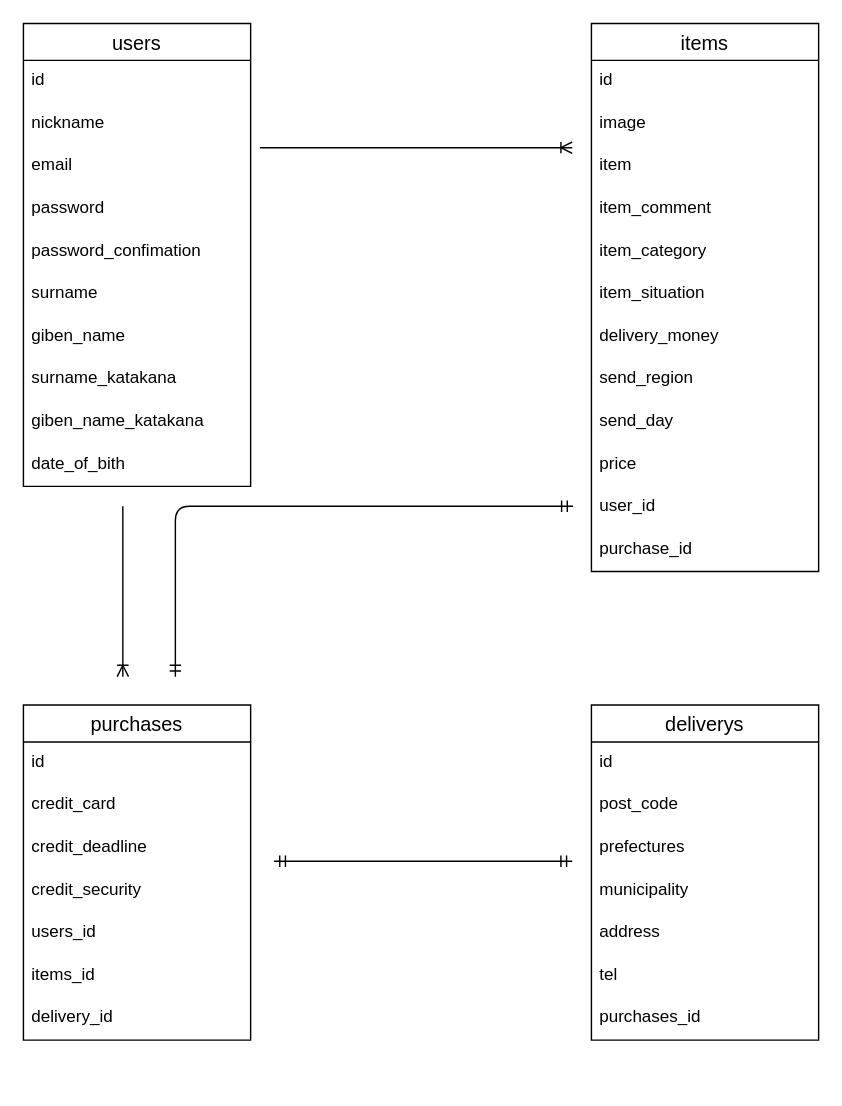
Above: test.dio in takuma0507/furima-39327 (draw.io), before the change. Source tidied: cells renumbered, new cells numbered last; positions are measured from the earlier drawing's top-left corner, leaving out a move shared by most shapes. Both pictures are drawn from the tidied source at 142%, with x=0, y=0 at pixel (23, 23).
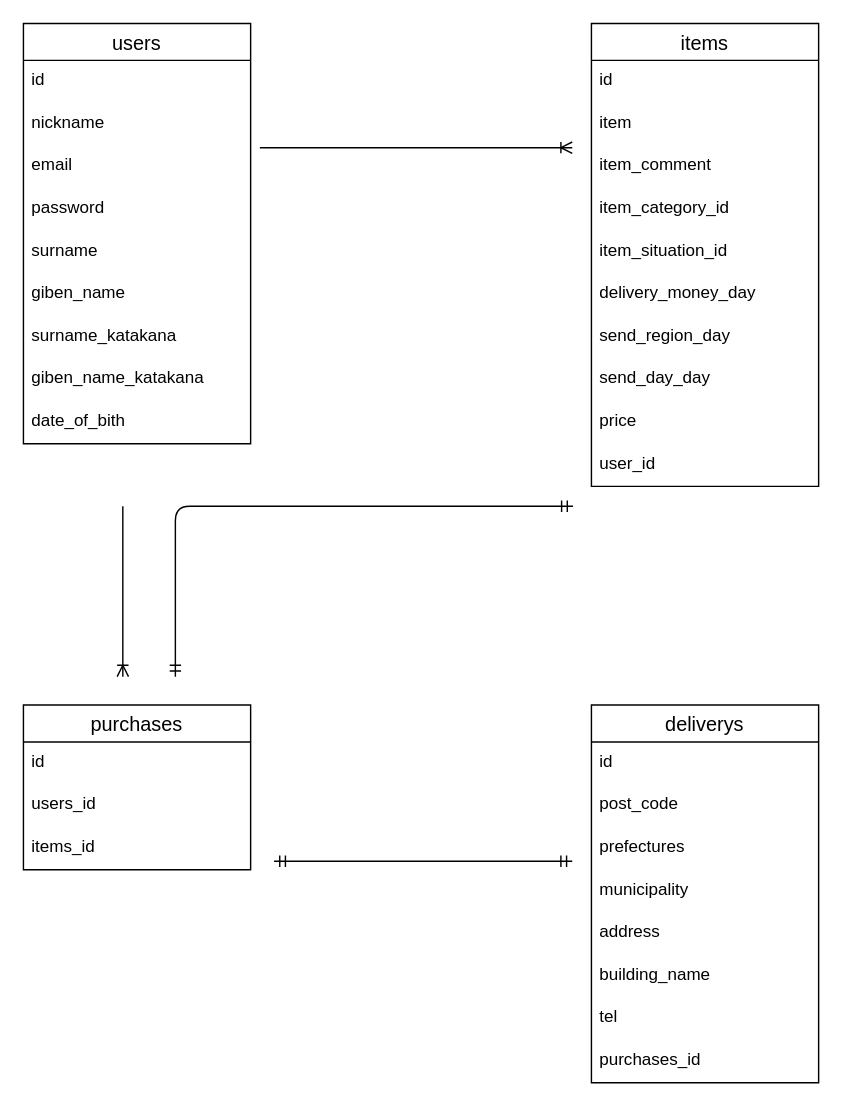
The same page after the edit.

The edit, as a diff of the source:
```diff
@@
     <mxCell id="3" value="users" style="swimlane;fontStyle=0;horizontal=1;startSize=26;align=center;fontSize=14;" parent="1" vertex="1">
-      <mxGeometry width="160" height="326" as="geometry" />
+      <mxGeometry width="160" height="296" as="geometry" />
     </mxCell>
@@
-    <mxCell id="8" value="password_confimation" style="text;strokeColor=none;fillColor=none;spacingLeft=4;spacingRight=4;overflow=hidden;fontSize=12;" parent="3" vertex="1">
-      <mxGeometry y="146" width="160" height="30" as="geometry" />
-    </mxCell>
     <mxCell id="9" value="surname" style="text;strokeColor=none;fillColor=none;spacingLeft=4;spacingRight=4;overflow=hidden;fontSize=12;" parent="3" vertex="1">
-      <mxGeometry y="176" width="160" height="30" as="geometry" />
+      <mxGeometry y="146" width="160" height="30" as="geometry" />
     </mxCell>
     <mxCell id="10" value="giben_name" style="text;strokeColor=none;fillColor=none;spacingLeft=4;spacingRight=4;overflow=hidden;fontSize=12;" parent="3" vertex="1">
-      <mxGeometry y="206" width="160" height="30" as="geometry" />
+      <mxGeometry y="176" width="160" height="30" as="geometry" />
     </mxCell>
     <mxCell id="11" value="surname_katakana" style="text;strokeColor=none;fillColor=none;spacingLeft=4;spacingRight=4;overflow=hidden;fontSize=12;" parent="3" vertex="1">
-      <mxGeometry y="236" width="160" height="30" as="geometry" />
+      <mxGeometry y="206" width="160" height="30" as="geometry" />
     </mxCell>
     <mxCell id="12" value="giben_name_katakana" style="text;strokeColor=none;fillColor=none;spacingLeft=4;spacingRight=4;overflow=hidden;fontSize=12;" parent="3" vertex="1">
-      <mxGeometry y="266" width="160" height="30" as="geometry" />
+      <mxGeometry y="236" width="160" height="30" as="geometry" />
     </mxCell>
     <mxCell id="13" value="date_of_bith" style="text;strokeColor=none;fillColor=none;spacingLeft=4;spacingRight=4;overflow=hidden;fontSize=12;" parent="3" vertex="1">
-      <mxGeometry y="296" width="160" height="30" as="geometry" />
+      <mxGeometry y="266" width="160" height="30" as="geometry" />
     </mxCell>
     <mxCell id="14" value="items" style="swimlane;fontStyle=0;horizontal=1;startSize=26;align=center;fontSize=14;" parent="1" vertex="1">
-      <mxGeometry x="400" width="160" height="386" as="geometry" />
+      <mxGeometry x="400" width="160" height="326" as="geometry" />
     </mxCell>
@@
-    <mxCell id="16" value="image" style="text;strokeColor=none;fillColor=none;spacingLeft=4;spacingRight=4;overflow=hidden;fontSize=12;" parent="14" vertex="1">
-      <mxGeometry y="56" width="160" height="30" as="geometry" />
-    </mxCell>
     <mxCell id="17" value="item" style="text;strokeColor=none;fillColor=none;spacingLeft=4;spacingRight=4;overflow=hidden;fontSize=12;" parent="14" vertex="1">
-      <mxGeometry y="86" width="160" height="30" as="geometry" />
+      <mxGeometry y="56" width="160" height="30" as="geometry" />
     </mxCell>
     <mxCell id="18" value="item_comment" style="text;strokeColor=none;fillColor=none;spacingLeft=4;spacingRight=4;overflow=hidden;fontSize=12;" parent="14" vertex="1">
-      <mxGeometry y="116" width="160" height="30" as="geometry" />
+      <mxGeometry y="86" width="160" height="30" as="geometry" />
     </mxCell>
-    <mxCell id="19" value="item_category" style="text;strokeColor=none;fillColor=none;spacingLeft=4;spacingRight=4;overflow=hidden;fontSize=12;" parent="14" vertex="1">
-      <mxGeometry y="146" width="160" height="30" as="geometry" />
+    <mxCell id="19" value="item_category_id" style="text;strokeColor=none;fillColor=none;spacingLeft=4;spacingRight=4;overflow=hidden;fontSize=12;" parent="14" vertex="1">
+      <mxGeometry y="116" width="160" height="30" as="geometry" />
     </mxCell>
-    <mxCell id="20" value="item_situation" style="text;strokeColor=none;fillColor=none;spacingLeft=4;spacingRight=4;overflow=hidden;fontSize=12;" parent="14" vertex="1">
-      <mxGeometry y="176" width="160" height="30" as="geometry" />
+    <mxCell id="20" value="item_situation_id" style="text;strokeColor=none;fillColor=none;spacingLeft=4;spacingRight=4;overflow=hidden;fontSize=12;" parent="14" vertex="1">
+      <mxGeometry y="146" width="160" height="30" as="geometry" />
     </mxCell>
-    <mxCell id="21" value="delivery_money" style="text;strokeColor=none;fillColor=none;spacingLeft=4;spacingRight=4;overflow=hidden;fontSize=12;" parent="14" vertex="1">
-      <mxGeometry y="206" width="160" height="30" as="geometry" />
+    <mxCell id="21" value="delivery_money_day" style="text;strokeColor=none;fillColor=none;spacingLeft=4;spacingRight=4;overflow=hidden;fontSize=12;" parent="14" vertex="1">
+      <mxGeometry y="176" width="160" height="30" as="geometry" />
     </mxCell>
-    <mxCell id="22" value="send_region" style="text;strokeColor=none;fillColor=none;spacingLeft=4;spacingRight=4;overflow=hidden;fontSize=12;" parent="14" vertex="1">
-      <mxGeometry y="236" width="160" height="30" as="geometry" />
+    <mxCell id="22" value="send_region_day" style="text;strokeColor=none;fillColor=none;spacingLeft=4;spacingRight=4;overflow=hidden;fontSize=12;" parent="14" vertex="1">
+      <mxGeometry y="206" width="160" height="30" as="geometry" />
     </mxCell>
-    <mxCell id="23" value="send_day" style="text;strokeColor=none;fillColor=none;spacingLeft=4;spacingRight=4;overflow=hidden;fontSize=12;" parent="14" vertex="1">
-      <mxGeometry y="266" width="160" height="30" as="geometry" />
+    <mxCell id="23" value="send_day_day" style="text;strokeColor=none;fillColor=none;spacingLeft=4;spacingRight=4;overflow=hidden;fontSize=12;" parent="14" vertex="1">
+      <mxGeometry y="236" width="160" height="30" as="geometry" />
     </mxCell>
     <mxCell id="24" value="price" style="text;strokeColor=none;fillColor=none;spacingLeft=4;spacingRight=4;overflow=hidden;fontSize=12;" parent="14" vertex="1">
-      <mxGeometry y="296" width="160" height="30" as="geometry" />
+      <mxGeometry y="266" width="160" height="30" as="geometry" />
     </mxCell>
     <mxCell id="25" value="user_id" style="text;strokeColor=none;fillColor=none;spacingLeft=4;spacingRight=4;overflow=hidden;fontSize=12;" parent="14" vertex="1">
-      <mxGeometry y="326" width="160" height="30" as="geometry" />
+      <mxGeometry y="296" width="160" height="30" as="geometry" />
     </mxCell>
-    <mxCell id="26" value="purchase_id" style="text;strokeColor=none;fillColor=none;spacingLeft=4;spacingRight=4;overflow=hidden;fontSize=12;" parent="14" vertex="1">
-      <mxGeometry y="356" width="160" height="30" as="geometry" />
-    </mxCell>
     <mxCell id="27" value="purchases" style="swimlane;fontStyle=0;horizontal=1;startSize=26;align=center;fontSize=14;" parent="1" vertex="1">
-      <mxGeometry y="480" width="160" height="236" as="geometry" />
+      <mxGeometry y="480" width="160" height="116" as="geometry" />
     </mxCell>
@@
-    <mxCell id="29" value="credit_card" style="text;strokeColor=none;fillColor=none;spacingLeft=4;spacingRight=4;overflow=hidden;fontSize=12;" parent="27" vertex="1">
-      <mxGeometry y="56" width="160" height="30" as="geometry" />
-    </mxCell>
-    <mxCell id="30" value="credit_deadline" style="text;strokeColor=none;fillColor=none;spacingLeft=4;spacingRight=4;overflow=hidden;fontSize=12;" parent="27" vertex="1">
-      <mxGeometry y="86" width="160" height="30" as="geometry" />
-    </mxCell>
-    <mxCell id="31" value="credit_security" style="text;strokeColor=none;fillColor=none;spacingLeft=4;spacingRight=4;overflow=hidden;fontSize=12;" parent="27" vertex="1">
-      <mxGeometry y="116" width="160" height="30" as="geometry" />
-    </mxCell>
     <mxCell id="32" value="users_id" style="text;strokeColor=none;fillColor=none;spacingLeft=4;spacingRight=4;overflow=hidden;fontSize=12;" parent="27" vertex="1">
-      <mxGeometry y="146" width="160" height="30" as="geometry" />
+      <mxGeometry y="56" width="160" height="30" as="geometry" />
     </mxCell>
     <mxCell id="33" value="items_id" style="text;strokeColor=none;fillColor=none;spacingLeft=4;spacingRight=4;overflow=hidden;fontSize=12;" parent="27" vertex="1">
-      <mxGeometry y="176" width="160" height="30" as="geometry" />
+      <mxGeometry y="86" width="160" height="30" as="geometry" />
     </mxCell>
-    <mxCell id="34" value="delivery_id" style="text;strokeColor=none;fillColor=none;spacingLeft=4;spacingRight=4;overflow=hidden;fontSize=12;" parent="27" vertex="1">
-      <mxGeometry y="206" width="160" height="30" as="geometry" />
-    </mxCell>
     <mxCell id="35" value="deliverys" style="swimlane;fontStyle=0;horizontal=1;startSize=26;align=center;fontSize=14;" parent="1" vertex="1">
-      <mxGeometry x="400" y="480" width="160" height="236" as="geometry" />
+      <mxGeometry x="400" y="480" width="160" height="266" as="geometry" />
     </mxCell>
@@
+    <mxCell id="46" value="building_name" style="text;strokeColor=none;fillColor=none;spacingLeft=4;spacingRight=4;overflow=hidden;fontSize=12;" parent="35" vertex="1">
+      <mxGeometry y="176" width="160" height="30" as="geometry" />
+    </mxCell>
     <mxCell id="41" value="tel" style="text;strokeColor=none;fillColor=none;spacingLeft=4;spacingRight=4;overflow=hidden;fontSize=12;" parent="35" vertex="1">
-      <mxGeometry y="176" width="160" height="30" as="geometry" />
+      <mxGeometry y="206" width="160" height="30" as="geometry" />
     </mxCell>
     <mxCell id="42" value="purchases_id" style="text;strokeColor=none;fillColor=none;spacingLeft=4;spacingRight=4;overflow=hidden;fontSize=12;" parent="35" vertex="1">
-      <mxGeometry y="206" width="160" height="30" as="geometry" />
+      <mxGeometry y="236" width="160" height="30" as="geometry" />
     </mxCell>
```
